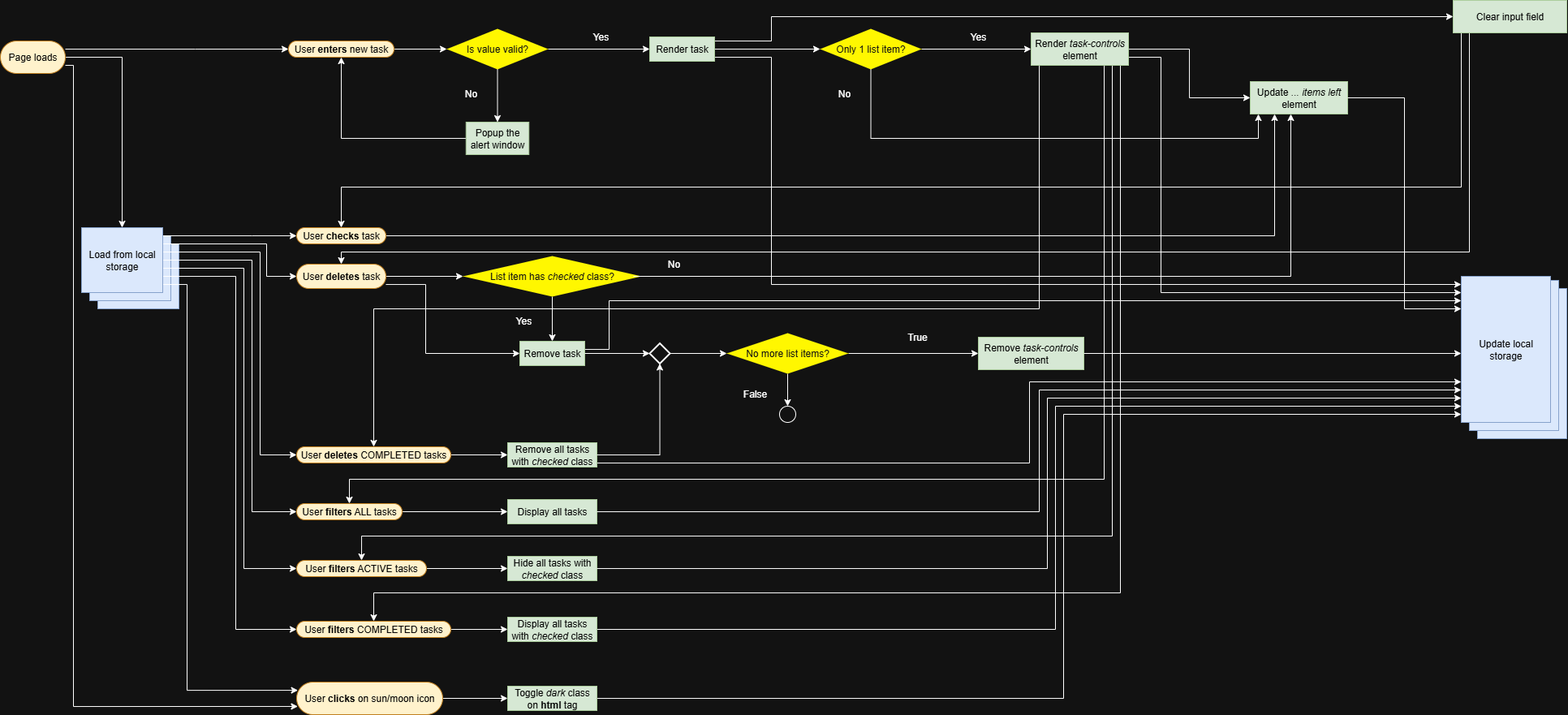
Earlier version of the draw.io export assets/images/todo_app_flowchart.png (St3f4nn/todo_app). Source tidied: cells renumbered, new cells last; positions are measured from the earlier drawing's top-left corner, leaving out a move shared by most shapes.
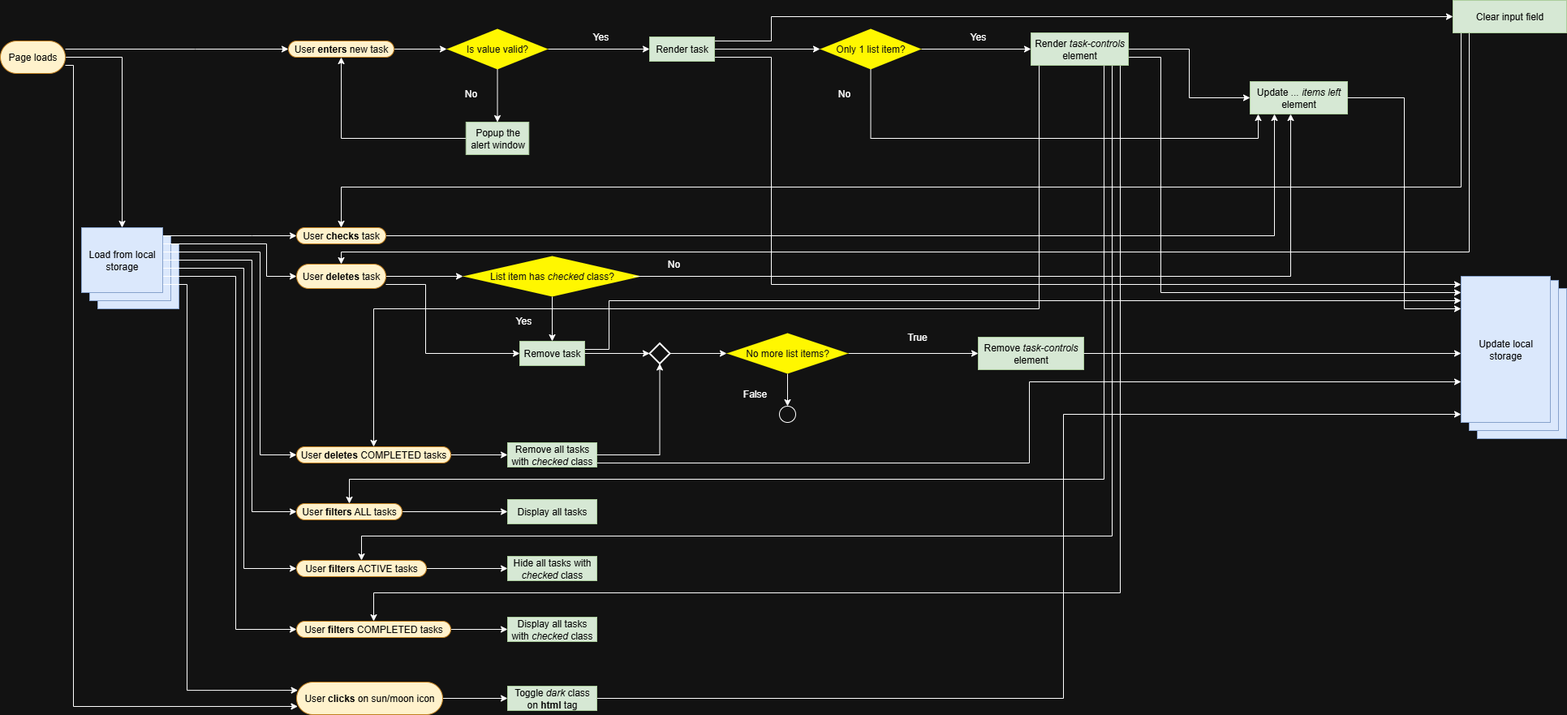
The same diagram one commit later.

What changed in the source:
```diff
@@ -379,16 +379,6 @@
     <mxCell id="83" value="&lt;font style=&quot;color: light-dark(rgb(0, 0, 0), rgb(0, 0, 0));&quot;&gt;Hide all tasks with &lt;i&gt;checked&lt;/i&gt; class&lt;/font&gt;" style="rounded=0;whiteSpace=wrap;html=1;strokeColor=light-dark(#000000,#ABCD9C);fillColor=light-dark(#000000,#D6E8D4);" parent="1" vertex="1">
       <mxGeometry x="625" y="685" width="110" height="30" as="geometry" />
     </mxCell>
-    <mxCell id="84" style="edgeStyle=orthogonalEdgeStyle;rounded=0;jettySize=auto;html=1;" parent="1" edge="1" source="85">
-      <mxGeometry relative="1" as="geometry">
-        <mxPoint x="1800" y="500" as="targetPoint" />
-        <Array as="points">
-          <mxPoint x="1300" y="775" />
-          <mxPoint x="1300" y="500" />
-          <mxPoint x="1800" y="500" />
-        </Array>
-      </mxGeometry>
-    </mxCell>
     <mxCell id="85" value="&lt;font style=&quot;color: light-dark(rgb(0, 0, 0), rgb(0, 0, 0));&quot;&gt;Display all tasks with &lt;i&gt;checked&lt;/i&gt; class&lt;/font&gt;" style="rounded=0;whiteSpace=wrap;html=1;strokeColor=light-dark(#000000,#ABCD9C);fillColor=light-dark(#000000,#D6E8D4);" parent="1" vertex="1">
       <mxGeometry x="625" y="760" width="110" height="30" as="geometry" />
     </mxCell>
@@ -425,25 +415,5 @@
         </Array>
       </mxGeometry>
     </mxCell>
-    <mxCell id="91" style="edgeStyle=orthogonalEdgeStyle;rounded=0;jettySize=auto;html=1;" parent="1" edge="1" source="82">
-      <mxGeometry relative="1" as="geometry">
-        <mxPoint x="1800" y="480" as="targetPoint" />
-        <Array as="points">
-          <mxPoint x="1280" y="630" />
-          <mxPoint x="1280" y="480" />
-          <mxPoint x="1800" y="480" />
-        </Array>
-      </mxGeometry>
-    </mxCell>
-    <mxCell id="92" style="edgeStyle=orthogonalEdgeStyle;rounded=0;jettySize=auto;html=1;" parent="1" edge="1" source="83">
-      <mxGeometry relative="1" as="geometry">
-        <mxPoint x="1800" y="490" as="targetPoint" />
-        <Array as="points">
-          <mxPoint x="1290" y="700" />
-          <mxPoint x="1290" y="490" />
-          <mxPoint x="1800" y="490" />
-        </Array>
-      </mxGeometry>
-    </mxCell>
   </root>
 </mxGraphModel>
```
